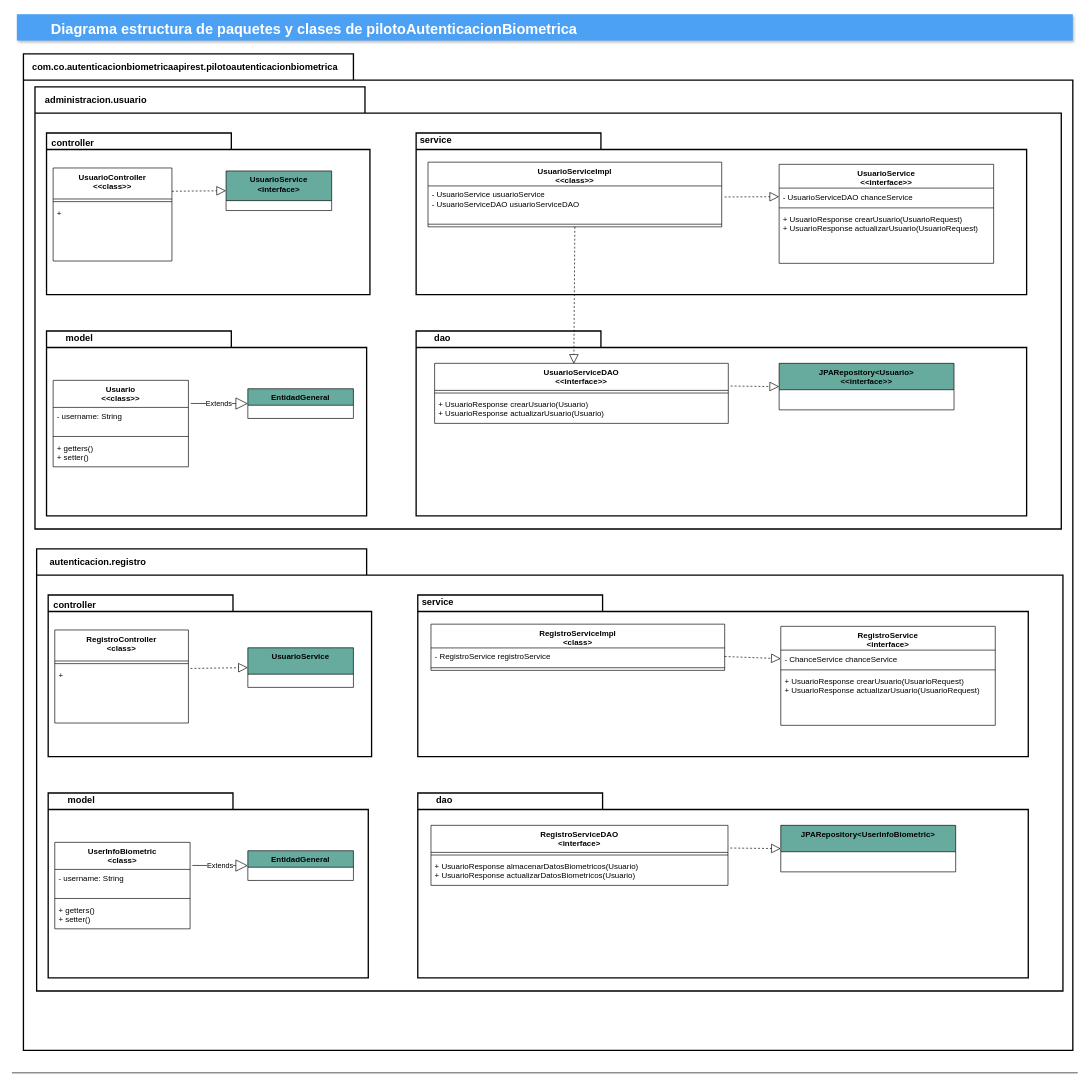
The draw.io diagram DiagramaPaqueteRelacional.drawio in ca-milin15/proy_grado_2021_doc, before the edit. Source tidied: cells renumbered, new cells numbered last; positions are measured from the earlier drawing's top-left corner, leaving out a move shared by most shapes. Both pictures are drawn from the tidied source at 66%, with x=0, y=0 at pixel (11, 14).
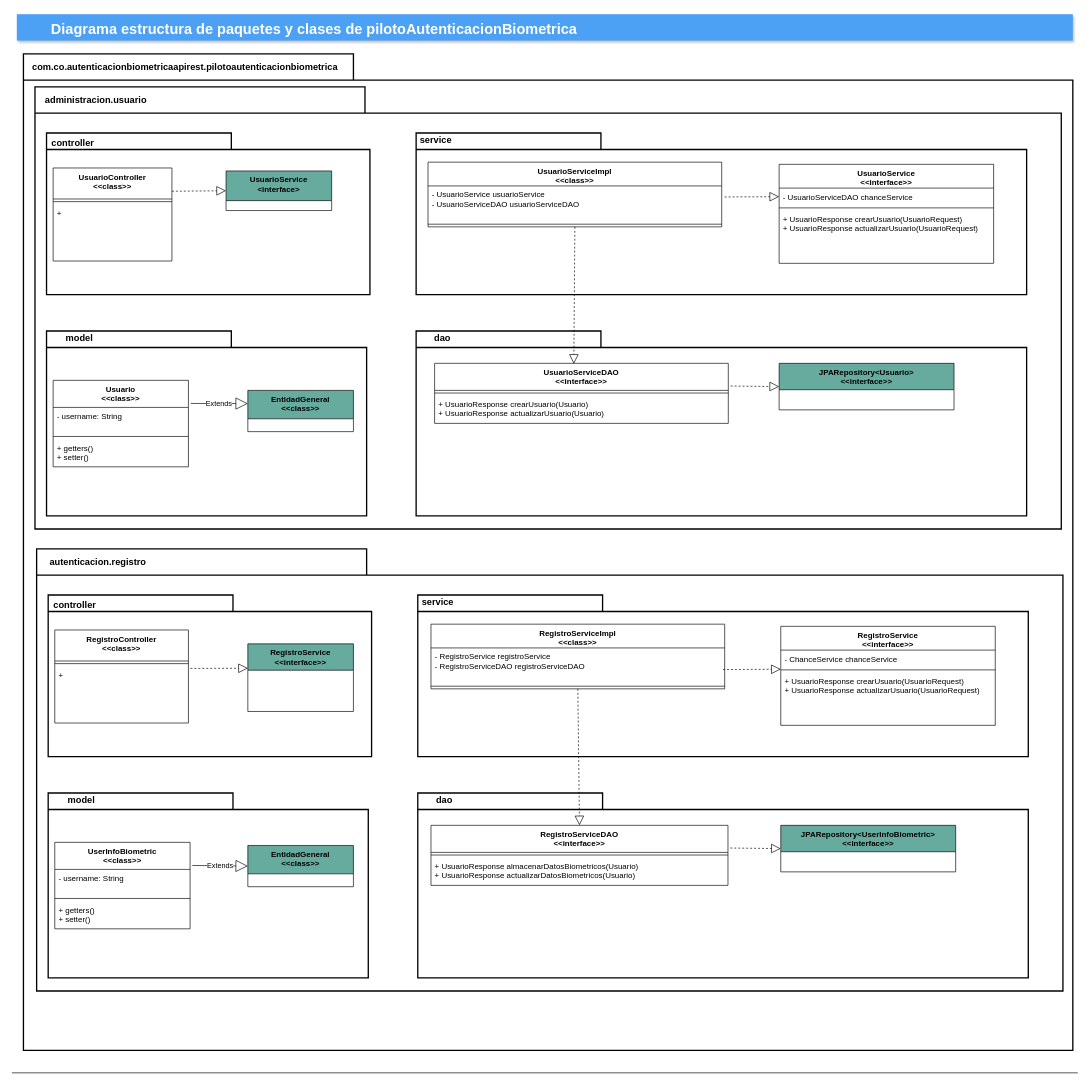
The same diagram, later.

Unchanged cells that the change refers to:
```xml
<mxCell id="35" value="Usuario&#10;&lt;&lt;class&gt;&gt;" style="swimlane;fontStyle=1;align=center;verticalAlign=top;horizontal=1;startSize=41;fillColor=#FFFFFF;" parent="1" vertex="1">
  <mxGeometry x="63" y="554.8" width="205" height="131" as="geometry" />
</mxCell>
<mxCell id="50" value="+" style="text;strokeColor=none;fillColor=none;align=left;verticalAlign=top;spacingLeft=4;spacingRight=4;overflow=hidden;points=[[0,0.5],[1,0.5]];portConstraint=eastwest;" parent="48" vertex="1">
  <mxGeometry y="55" width="202.5" height="86" as="geometry" />
</mxCell>
<mxCell id="63" value="- ChanceService chanceService" style="text;strokeColor=none;fillColor=none;align=left;verticalAlign=top;spacingLeft=4;spacingRight=4;overflow=hidden;points=[[0,0.5],[1,0.5]];portConstraint=eastwest;" parent="62" vertex="1">
  <mxGeometry y="36" width="325" height="26" as="geometry" />
</mxCell>
```

Change to the diagram source:
```diff
@@
-    <mxCell id="17" value="Extends" style="endArrow=block;endSize=16;endFill=0;html=1;entryX=0;entryY=0.5;entryDx=0;entryDy=0;exitX=1.017;exitY=0.267;exitDx=0;exitDy=0;exitPerimeter=0;startArrow=none;" parent="1" edge="1" source="35" target="18">
-      <mxGeometry relative="1" as="geometry" />
+    <mxCell id="17" value="Extends" style="endArrow=block;endSize=16;endFill=0;html=1;entryX=0;entryY=0.5;entryDx=0;entryDy=0;exitX=1.017;exitY=0.267;exitDx=0;exitDy=0;exitPerimeter=0;startArrow=none;" parent="1" edge="1" source="35">
+      <mxGeometry relative="1" as="geometry">
+        <mxPoint x="358" y="590" as="targetPoint" />
+      </mxGeometry>
     </mxCell>
-    <mxCell id="18" value="EntidadGeneral" style="swimlane;fontStyle=1;align=center;verticalAlign=top;horizontal=1;startSize=25;fillColor=#67AB9F;" parent="1" vertex="1">
-      <mxGeometry x="358" y="567.5" width="160" height="45" as="geometry" />
-    </mxCell>
@@
-    <mxCell id="48" value="RegistroController&#10;&lt;class&gt;" style="swimlane;fontStyle=1;align=center;verticalAlign=top;horizontal=1;startSize=47;" parent="1" vertex="1">
+    <mxCell id="48" value="RegistroController&#10;&lt;&lt;class&gt;&gt;" style="swimlane;fontStyle=1;align=center;verticalAlign=top;horizontal=1;startSize=47;" parent="1" vertex="1">
       <mxGeometry x="65.5" y="933" width="202.5" height="141" as="geometry" />
     </mxCell>
@@
-    <mxCell id="52" value="EntidadGeneral" style="swimlane;fontStyle=1;align=center;verticalAlign=top;horizontal=1;startSize=25;fillColor=#67AB9F;" parent="1" vertex="1">
-      <mxGeometry x="358" y="1267.5" width="160" height="45" as="geometry" />
+    <mxCell id="52" value="EntidadGeneral&#10;&lt;&lt;class&gt;&gt;" style="swimlane;fontStyle=1;align=center;verticalAlign=top;horizontal=1;startSize=43;fillColor=#67AB9F;" parent="1" vertex="1">
+      <mxGeometry x="358" y="1259.5" width="160" height="62.5" as="geometry" />
     </mxCell>
-    <mxCell id="53" value="RegistroServiceImpl&#10;&lt;class&gt;" style="swimlane;fontStyle=1;align=center;verticalAlign=top;horizontal=1;startSize=36;fillColor=#FFFFFF;" parent="1" vertex="1">
-      <mxGeometry x="635.5" y="924.2" width="445" height="70" as="geometry" />
+    <mxCell id="53" value="RegistroServiceImpl&#10;&lt;&lt;class&gt;&gt;" style="swimlane;fontStyle=1;align=center;verticalAlign=top;horizontal=1;startSize=36;fillColor=#FFFFFF;" parent="1" vertex="1">
+      <mxGeometry x="635.5" y="924.2" width="445" height="98" as="geometry" />
     </mxCell>
-    <mxCell id="54" value="- RegistroService registroService" style="text;strokeColor=none;fillColor=none;align=left;verticalAlign=top;spacingLeft=4;spacingRight=4;overflow=hidden;points=[[0,0.5],[1,0.5]];portConstraint=eastwest;" parent="53" vertex="1">
-      <mxGeometry y="36" width="445" height="26" as="geometry" />
+    <mxCell id="54" value="- RegistroService registroService&#10;- RegistroServiceDAO registroServiceDAO" style="text;strokeColor=none;fillColor=none;align=left;verticalAlign=top;spacingLeft=4;spacingRight=4;overflow=hidden;points=[[0,0.5],[1,0.5]];portConstraint=eastwest;" parent="53" vertex="1">
+      <mxGeometry y="36" width="445" height="54" as="geometry" />
     </mxCell>
     <mxCell id="55" style="line;strokeWidth=1;fillColor=none;align=left;verticalAlign=middle;spacingTop=-1;spacingLeft=3;spacingRight=3;labelPosition=right;" parent="53" vertex="1">
-      <mxGeometry y="62" width="445" height="8" as="geometry" />
+      <mxGeometry y="90" width="445" height="8" as="geometry" />
     </mxCell>
-    <mxCell id="56" value="RegistroServiceDAO&#10;&lt;interface&gt;" style="swimlane;fontStyle=1;align=center;verticalAlign=top;horizontal=1;startSize=41;fillColor=#FFFFFF;" parent="1" vertex="1">
+    <mxCell id="56" value="RegistroServiceDAO&#10;&lt;&lt;interface&gt;&gt;" style="swimlane;fontStyle=1;align=center;verticalAlign=top;horizontal=1;startSize=41;fillColor=#FFFFFF;" parent="1" vertex="1">
       <mxGeometry x="635.5" y="1229" width="450" height="91" as="geometry" />
     </mxCell>
@@
-    <mxCell id="59" value="JPARepository&lt;UserInfoBiometric&gt;" style="swimlane;fontStyle=1;align=center;verticalAlign=top;horizontal=1;startSize=40;fillColor=#67AB9F;" parent="1" vertex="1">
+    <mxCell id="59" value="JPARepository&lt;UserInfoBiometric&gt;&#10;&lt;&lt;interface&gt;&gt;" style="swimlane;fontStyle=1;align=center;verticalAlign=top;horizontal=1;startSize=40;fillColor=#67AB9F;" parent="1" vertex="1">
       <mxGeometry x="1165.5" y="1229" width="265" height="70.5" as="geometry" />
     </mxCell>
@@
-    <mxCell id="61" style="endArrow=block;dashed=1;endFill=0;endSize=12;html=1;exitX=1;exitY=0.5;exitDx=0;exitDy=0;entryX=0;entryY=0.5;entryDx=0;entryDy=0;" parent="1" edge="1" source="54" target="63">
-      <mxGeometry relative="1" as="geometry" />
+    <mxCell id="61" style="endArrow=block;dashed=1;endFill=0;endSize=12;html=1;entryX=0;entryY=0.5;entryDx=0;entryDy=0;" parent="1" edge="1">
+      <mxGeometry relative="1" as="geometry">
+        <mxPoint x="1078" y="993" as="sourcePoint" />
+        <mxPoint x="1165.5" y="992.5" as="targetPoint" />
+      </mxGeometry>
     </mxCell>
-    <mxCell id="62" value="RegistroService&#10;&lt;interface&gt;" style="swimlane;fontStyle=1;align=center;verticalAlign=top;horizontal=1;startSize=36;fillColor=#FFFFFF;" parent="1" vertex="1">
+    <mxCell id="62" value="RegistroService&#10;&lt;&lt;interface&gt;&gt;" style="swimlane;fontStyle=1;align=center;verticalAlign=top;horizontal=1;startSize=36;fillColor=#FFFFFF;" parent="1" vertex="1">
       <mxGeometry x="1165.5" y="927.5" width="325" height="150" as="geometry" />
     </mxCell>
@@
-    <mxCell id="67" value="UserInfoBiometric&#10;&lt;class&gt;" style="swimlane;fontStyle=1;align=center;verticalAlign=top;horizontal=1;startSize=41;fillColor=#FFFFFF;" parent="1" vertex="1">
+    <mxCell id="67" value="UserInfoBiometric&#10;&lt;&lt;class&gt;&gt;" style="swimlane;fontStyle=1;align=center;verticalAlign=top;horizontal=1;startSize=41;fillColor=#FFFFFF;" parent="1" vertex="1">
       <mxGeometry x="65.5" y="1254.8" width="205" height="131" as="geometry" />
     </mxCell>
@@
-    <mxCell id="72" value="UsuarioService&#10;" style="swimlane;fontStyle=1;align=center;verticalAlign=top;horizontal=1;startSize=40;fillColor=#67AB9F;" parent="1" vertex="1">
-      <mxGeometry x="358" y="960" width="160" height="60" as="geometry" />
+    <mxCell id="72" value="RegistroService&#10;&lt;&lt;interface&gt;&gt;" style="swimlane;fontStyle=1;align=center;verticalAlign=top;horizontal=1;startSize=40;fillColor=#67AB9F;" parent="1" vertex="1">
+      <mxGeometry x="358" y="954" width="160" height="102.5" as="geometry" />
     </mxCell>
-    <mxCell id="73" style="endArrow=block;dashed=1;endFill=0;endSize=12;html=1;entryX=0;entryY=0.5;entryDx=0;entryDy=0;exitX=1.015;exitY=0.038;exitDx=0;exitDy=0;exitPerimeter=0;" parent="1" edge="1" source="50" target="72">
+    <mxCell id="73" style="endArrow=block;dashed=1;endFill=0;endSize=12;html=1;entryX=0.001;entryY=0.361;entryDx=0;entryDy=0;exitX=1.015;exitY=0.038;exitDx=0;exitDy=0;exitPerimeter=0;entryPerimeter=0;" parent="1" edge="1" source="50" target="72">
       <mxGeometry relative="1" as="geometry" />
     </mxCell>
@@
+    <mxCell id="75" style="endArrow=block;dashed=1;endFill=0;endSize=12;html=1;exitX=0.5;exitY=1;exitDx=0;exitDy=0;entryX=0.5;entryY=0;entryDx=0;entryDy=0;" parent="1" edge="1" source="53" target="56">
+      <mxGeometry relative="1" as="geometry" />
+    </mxCell>
+    <mxCell id="76" value="EntidadGeneral&#10;&lt;&lt;class&gt;&gt;" style="swimlane;fontStyle=1;align=center;verticalAlign=top;horizontal=1;startSize=43;fillColor=#67AB9F;" parent="1" vertex="1">
+      <mxGeometry x="358" y="570" width="160" height="62.5" as="geometry" />
+    </mxCell>
```
